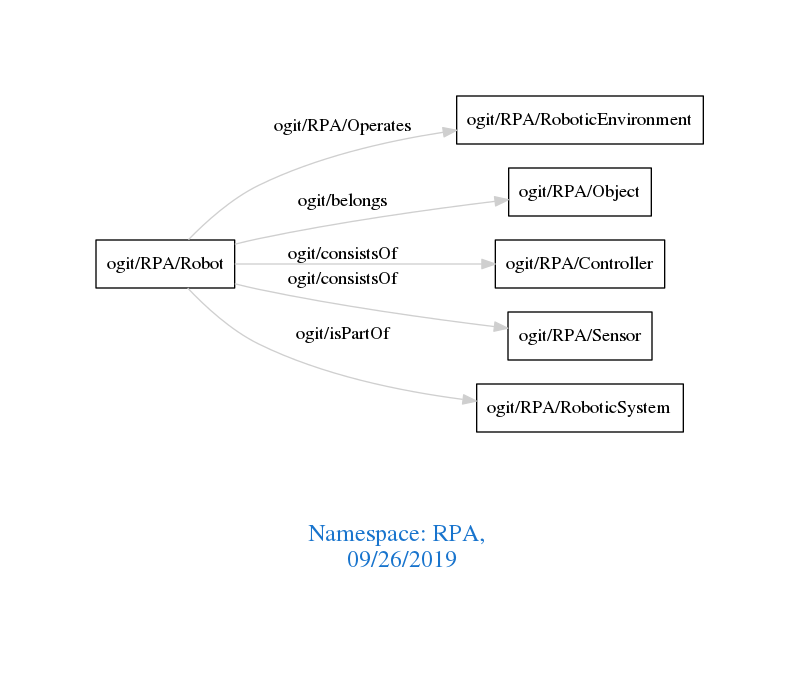
Before: downloads/RPA.png, a diagram exported from Graphviz (arago/OGIT). Its source is kept beside it as downloads/RPA.dot.
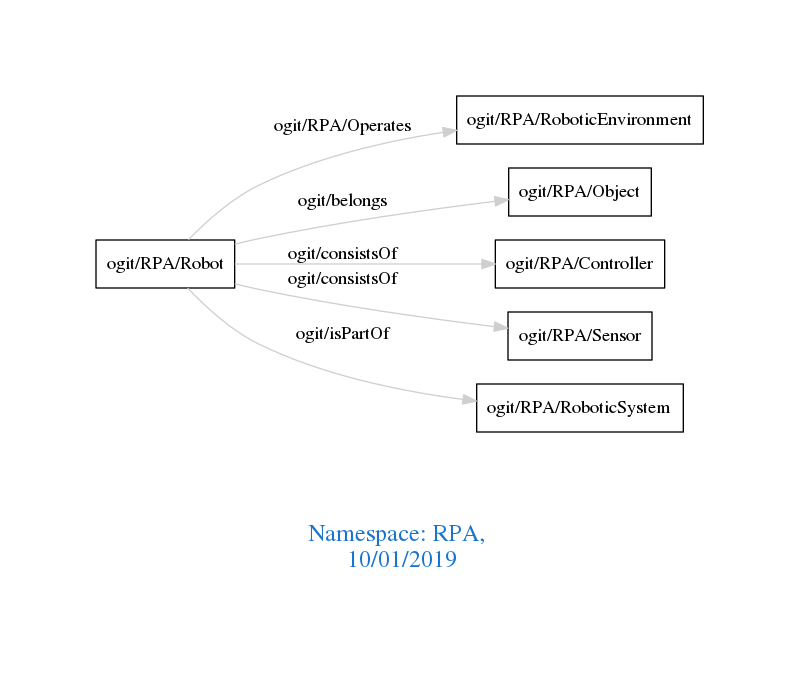
Above is the later version.

Change to the diagram source:
```diff
@@ -1,7 +1,7 @@
 digraph OGIT_ontology {
  graph [ rankdir= LR,pad=1
 fontsize = 18,
-fontcolor= dodgerblue3,label = "\n\n\nNamespace: RPA, \n 09/26/2019"];
+fontcolor= dodgerblue3,label = "\n\n\nNamespace: RPA, \n 10/01/2019"];
 node[shape=polygon];
 edge [  color="gray81"];
 
```
